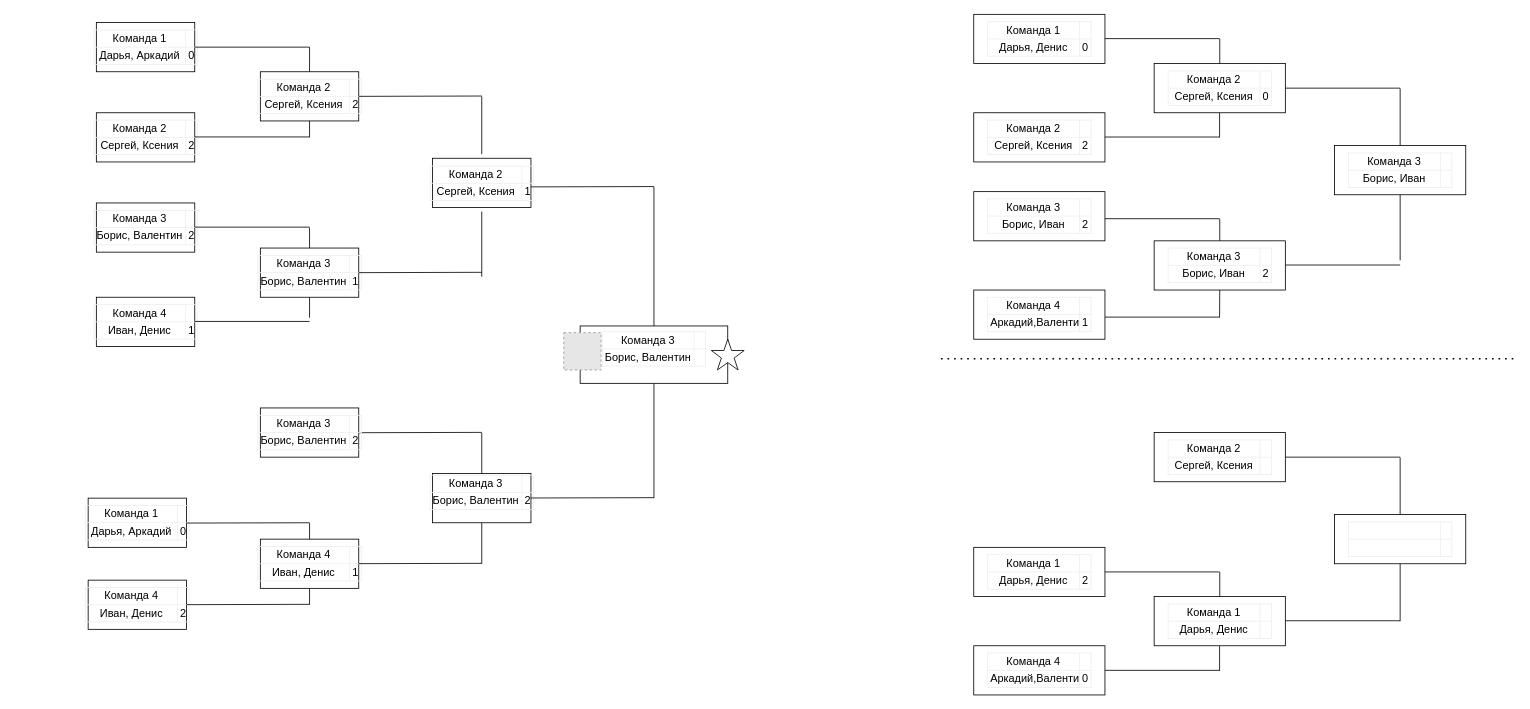
Earlier version of the draw.io diagram Диаграмма без названия.drawio (ispite/setka). Source tidied: cells renumbered, new cells numbered last; positions are measured from the earlier drawing's top-left corner, leaving out a move shared by most shapes. Both pictures are drawn from the tidied source at 82%, with x=0, y=0 at pixel (14, 14). Pictures stored in the file or linked from it are replaced by grey dashed boxes.
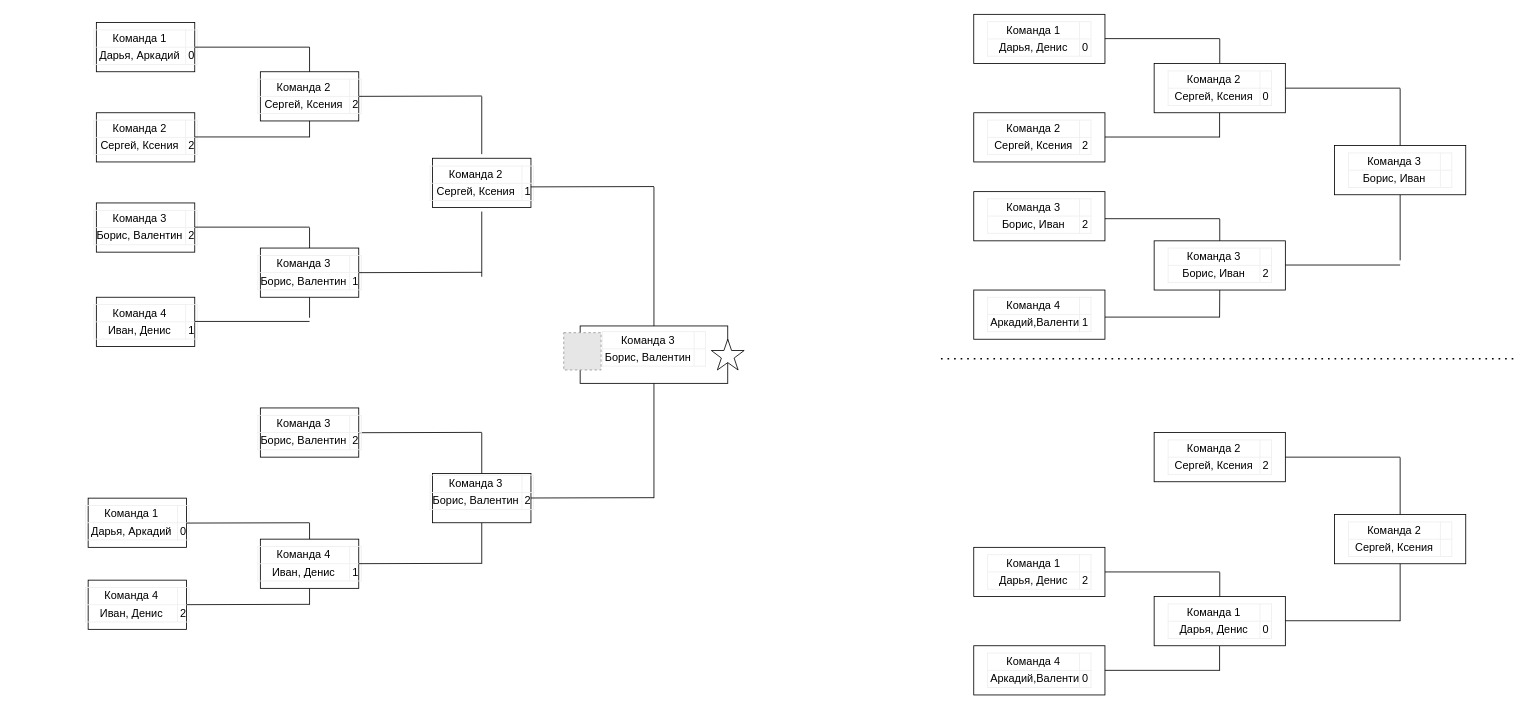
After the change.

Diff of the diagram source:
```diff
@@
-    <mxCell id="71" value="&lt;table style=&quot;table-layout: fixed ; font-size: 10pt ; font-family: &amp;quot;arial&amp;quot; ; width: 0px ; border-collapse: collapse ; border: none&quot; dir=&quot;ltr&quot; cellspacing=&quot;0&quot; cellpadding=&quot;0&quot; border=&quot;1&quot;&gt;&lt;colgroup&gt;&lt;col width=&quot;112&quot;&gt;&lt;col width=&quot;14&quot;&gt;&lt;/colgroup&gt;&lt;tbody&gt;&lt;tr style=&quot;height: 21px&quot;&gt;&lt;td style=&quot;overflow: hidden ; padding: 2px 3px 2px 3px ; vertical-align: bottom&quot;&gt;Команда 1&lt;/td&gt;&lt;td style=&quot;overflow: hidden ; padding: 2px 3px 2px 3px ; vertical-align: bottom&quot;&gt;&lt;br&gt;&lt;/td&gt;&lt;/tr&gt;&lt;tr style=&quot;height: 21px&quot;&gt;&lt;td style=&quot;overflow: hidden ; padding: 2px 3px 2px 3px ; vertical-align: bottom&quot;&gt;Дарья, Денис&lt;br&gt;&lt;/td&gt;&lt;td style=&quot;overflow: hidden ; padding: 2px 3px 2px 3px ; vertical-align: bottom ; text-align: right&quot;&gt;&lt;br&gt;&lt;/td&gt;&lt;/tr&gt;&lt;/tbody&gt;&lt;/table&gt;" style="rounded=0;whiteSpace=wrap;html=1;" parent="1" vertex="1">
+    <mxCell id="71" value="&lt;table style=&quot;table-layout: fixed ; font-size: 10pt ; font-family: &amp;quot;arial&amp;quot; ; width: 0px ; border-collapse: collapse ; border: none&quot; dir=&quot;ltr&quot; cellspacing=&quot;0&quot; cellpadding=&quot;0&quot; border=&quot;1&quot;&gt;&lt;colgroup&gt;&lt;col width=&quot;112&quot;&gt;&lt;col width=&quot;14&quot;&gt;&lt;/colgroup&gt;&lt;tbody&gt;&lt;tr style=&quot;height: 21px&quot;&gt;&lt;td style=&quot;overflow: hidden ; padding: 2px 3px 2px 3px ; vertical-align: bottom&quot;&gt;Команда 1&lt;/td&gt;&lt;td style=&quot;overflow: hidden ; padding: 2px 3px 2px 3px ; vertical-align: bottom&quot;&gt;&lt;br&gt;&lt;/td&gt;&lt;/tr&gt;&lt;tr style=&quot;height: 21px&quot;&gt;&lt;td style=&quot;overflow: hidden ; padding: 2px 3px 2px 3px ; vertical-align: bottom&quot;&gt;Дарья, Денис&lt;br&gt;&lt;/td&gt;&lt;td style=&quot;overflow: hidden ; padding: 2px 3px 2px 3px ; vertical-align: bottom ; text-align: right&quot;&gt;0&lt;br&gt;&lt;/td&gt;&lt;/tr&gt;&lt;/tbody&gt;&lt;/table&gt;" style="rounded=0;whiteSpace=wrap;html=1;" parent="1" vertex="1">
       <mxGeometry x="1390" y="710" width="160" height="60" as="geometry" />
     </mxCell>
@@
-    <mxCell id="73" value="&lt;table style=&quot;table-layout: fixed ; font-size: 10pt ; font-family: &amp;quot;arial&amp;quot; ; width: 0px ; border-collapse: collapse ; border: none&quot; dir=&quot;ltr&quot; cellspacing=&quot;0&quot; cellpadding=&quot;0&quot; border=&quot;1&quot;&gt;&lt;colgroup&gt;&lt;col width=&quot;112&quot;&gt;&lt;col width=&quot;14&quot;&gt;&lt;/colgroup&gt;&lt;tbody&gt;&lt;tr style=&quot;height: 21px&quot;&gt;&lt;td style=&quot;overflow: hidden ; padding: 2px 3px 2px 3px ; vertical-align: bottom&quot;&gt;Команда 2&lt;/td&gt;&lt;td style=&quot;overflow: hidden ; padding: 2px 3px 2px 3px ; vertical-align: bottom&quot;&gt;&lt;br&gt;&lt;/td&gt;&lt;/tr&gt;&lt;tr style=&quot;height: 21px&quot;&gt;&lt;td style=&quot;overflow: hidden ; padding: 2px 3px 2px 3px ; vertical-align: bottom&quot;&gt;Сергей, Ксения&lt;/td&gt;&lt;td style=&quot;overflow: hidden ; padding: 2px 3px 2px 3px ; vertical-align: bottom ; text-align: right&quot;&gt;&lt;br&gt;&lt;/td&gt;&lt;/tr&gt;&lt;/tbody&gt;&lt;/table&gt;" style="rounded=0;whiteSpace=wrap;html=1;" parent="1" vertex="1">
+    <mxCell id="73" value="&lt;table style=&quot;table-layout: fixed ; font-size: 10pt ; font-family: &amp;quot;arial&amp;quot; ; width: 0px ; border-collapse: collapse ; border: none&quot; dir=&quot;ltr&quot; cellspacing=&quot;0&quot; cellpadding=&quot;0&quot; border=&quot;1&quot;&gt;&lt;colgroup&gt;&lt;col width=&quot;112&quot;&gt;&lt;col width=&quot;14&quot;&gt;&lt;/colgroup&gt;&lt;tbody&gt;&lt;tr style=&quot;height: 21px&quot;&gt;&lt;td style=&quot;overflow: hidden ; padding: 2px 3px 2px 3px ; vertical-align: bottom&quot;&gt;Команда 2&lt;/td&gt;&lt;td style=&quot;overflow: hidden ; padding: 2px 3px 2px 3px ; vertical-align: bottom&quot;&gt;&lt;br&gt;&lt;/td&gt;&lt;/tr&gt;&lt;tr style=&quot;height: 21px&quot;&gt;&lt;td style=&quot;overflow: hidden ; padding: 2px 3px 2px 3px ; vertical-align: bottom&quot;&gt;Сергей, Ксения&lt;/td&gt;&lt;td style=&quot;overflow: hidden ; padding: 2px 3px 2px 3px ; vertical-align: bottom ; text-align: right&quot;&gt;2&lt;br&gt;&lt;/td&gt;&lt;/tr&gt;&lt;/tbody&gt;&lt;/table&gt;" style="rounded=0;whiteSpace=wrap;html=1;" parent="1" vertex="1">
       <mxGeometry x="1390" y="510" width="160" height="60" as="geometry" />
     </mxCell>
@@
-    <mxCell id="78" value="&lt;table style=&quot;table-layout: fixed ; font-size: 10pt ; font-family: &amp;quot;arial&amp;quot; ; width: 0px ; border-collapse: collapse ; border: none&quot; dir=&quot;ltr&quot; cellspacing=&quot;0&quot; cellpadding=&quot;0&quot; border=&quot;1&quot;&gt;&lt;colgroup&gt;&lt;col width=&quot;112&quot;&gt;&lt;col width=&quot;14&quot;&gt;&lt;/colgroup&gt;&lt;tbody&gt;&lt;tr style=&quot;height: 21px&quot;&gt;&lt;td style=&quot;overflow: hidden ; padding: 2px 3px 2px 3px ; vertical-align: bottom&quot;&gt;&lt;br&gt;&lt;/td&gt;&lt;td style=&quot;overflow: hidden ; padding: 2px 3px 2px 3px ; vertical-align: bottom&quot;&gt;&lt;br&gt;&lt;/td&gt;&lt;/tr&gt;&lt;tr style=&quot;height: 21px&quot;&gt;&lt;td style=&quot;overflow: hidden ; padding: 2px 3px 2px 3px ; vertical-align: bottom&quot;&gt;&lt;br&gt;&lt;/td&gt;&lt;td style=&quot;overflow: hidden ; padding: 2px 3px 2px 3px ; vertical-align: bottom ; text-align: right&quot;&gt;&lt;br&gt;&lt;/td&gt;&lt;/tr&gt;&lt;/tbody&gt;&lt;/table&gt;" style="rounded=0;whiteSpace=wrap;html=1;" parent="1" vertex="1">
-      <mxGeometry x="1610" y="610" width="160" height="60" as="geometry" />
-    </mxCell>
+    <mxCell id="79" value="&lt;table style=&quot;table-layout: fixed ; font-size: 10pt ; font-family: &amp;quot;arial&amp;quot; ; width: 0px ; border-collapse: collapse ; border: none&quot; dir=&quot;ltr&quot; cellspacing=&quot;0&quot; cellpadding=&quot;0&quot; border=&quot;1&quot;&gt;&lt;colgroup&gt;&lt;col width=&quot;112&quot;&gt;&lt;col width=&quot;14&quot;&gt;&lt;/colgroup&gt;&lt;tbody&gt;&lt;tr style=&quot;height: 21px&quot;&gt;&lt;td style=&quot;overflow: hidden ; padding: 2px 3px 2px 3px ; vertical-align: bottom&quot;&gt;Команда 2&lt;/td&gt;&lt;td style=&quot;overflow: hidden ; padding: 2px 3px 2px 3px ; vertical-align: bottom&quot;&gt;&lt;br&gt;&lt;/td&gt;&lt;/tr&gt;&lt;tr style=&quot;height: 21px&quot;&gt;&lt;td style=&quot;overflow: hidden ; padding: 2px 3px 2px 3px ; vertical-align: bottom&quot;&gt;Сергей, Ксения&lt;/td&gt;&lt;td style=&quot;overflow: hidden ; padding: 2px 3px 2px 3px ; vertical-align: bottom ; text-align: right&quot;&gt;&lt;br&gt;&lt;/td&gt;&lt;/tr&gt;&lt;/tbody&gt;&lt;/table&gt;" style="rounded=0;whiteSpace=wrap;html=1;" parent="1" vertex="1">
+      <mxGeometry x="1610" y="610" width="160" height="60" as="geometry" />
+    </mxCell>
```
